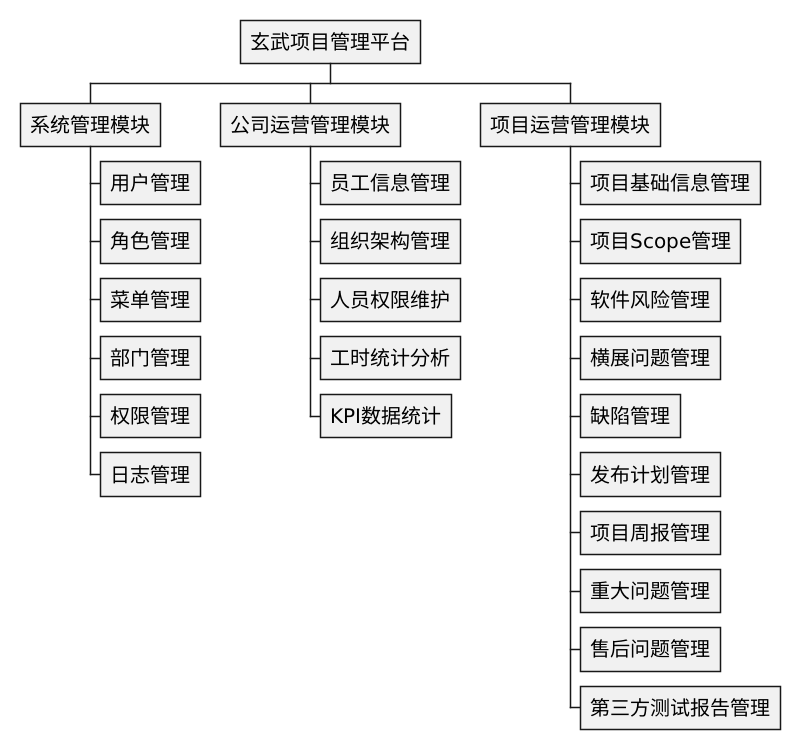
Moon-Knight1/SEU-Graduation-Thesis-Template keeps this PlantUML diagram as imgs/玄武功能模块图Detail.png. Above is the earlier version.
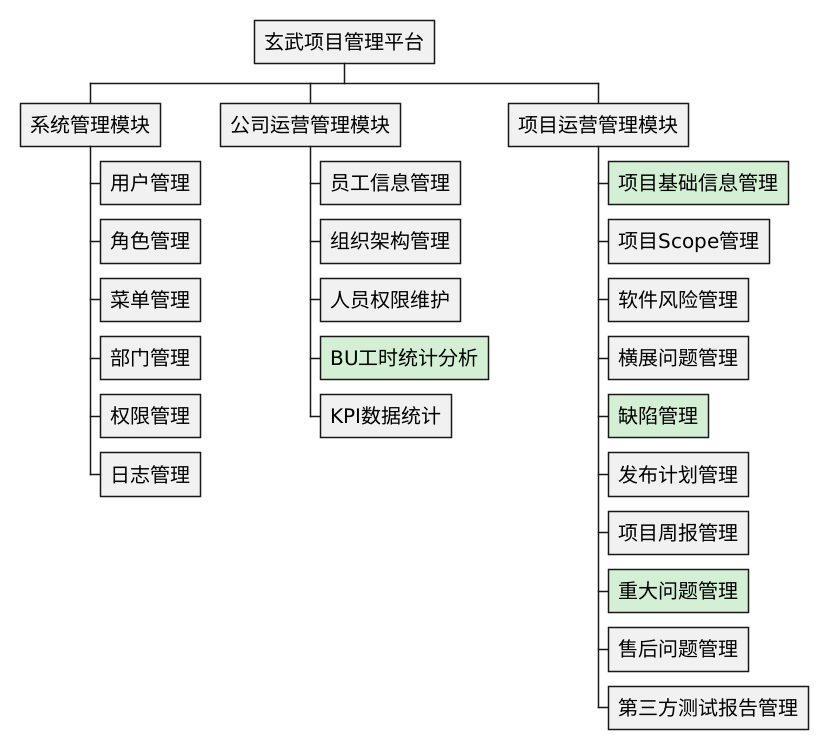
The same diagram one commit later.

The edit, as a diff of the source:
```diff
@@ -1,5 +1,24 @@
-@startwbs Xuanwu_Function_WBS
-skinparam defaultFontSize 20
+@startwbs
+<style>
+wbsDiagram {
+  fontSize 20
+
+  /* 将所有的类选择器嵌套在 wbsDiagram 内部 */
+  .highlight-yellow {
+    BackgroundColor yellow
+  }
+  .highlight-orange {
+    BackgroundColor #FFE4C4
+  }
+  .highlight-red {
+    BackgroundColor #FFD2D2
+  }
+  .highlight-green {
+    BackgroundColor #D4F0D4
+  }
+}
+</style>
+
 * 玄武项目管理平台
 ** 系统管理模块
 *** 用户管理
@@ -12,17 +31,17 @@
 *** 员工信息管理
 *** 组织架构管理
 *** 人员权限维护
-*** 工时统计分析
+*** BU工时统计分析 <<highlight-green>>
 *** KPI数据统计
 ** 项目运营管理模块
-*** 项目基础信息管理
+*** 项目基础信息管理 <<highlight-green>>
 *** 项目Scope管理
 *** 软件风险管理
 *** 横展问题管理
-*** 缺陷管理
+*** 缺陷管理 <<highlight-green>>
 *** 发布计划管理
 *** 项目周报管理
-*** 重大问题管理
+*** 重大问题管理 <<highlight-green>>
 *** 售后问题管理
 *** 第三方测试报告管理
 @endwbs
```
